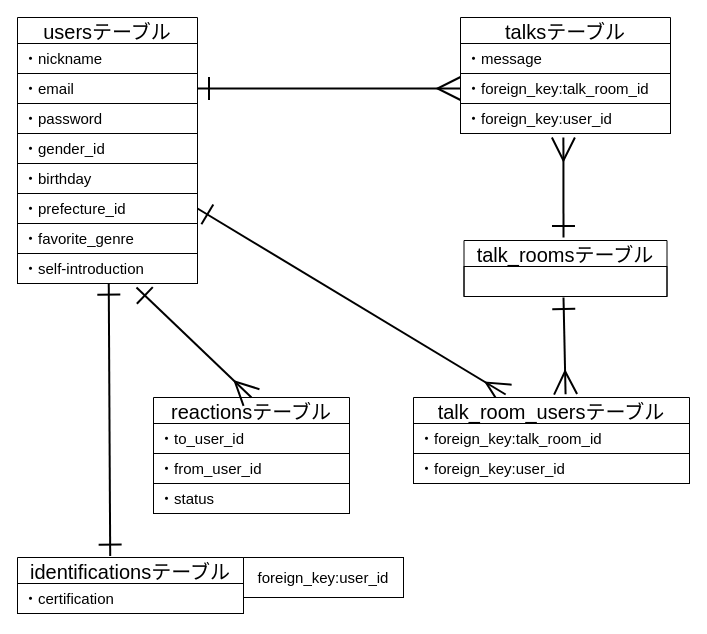
Earlier version of the draw.io diagram page "ER図" (1 of 2) of umaren.dio (suzuka1621/UMAREN1). Source tidied: cells renumbered, new cells numbered last; positions are measured from the earlier drawing's top-left corner, leaving out a move shared by most shapes. Both pictures are drawn from the tidied source at 100%, with x=0, y=0 at pixel (17, 17).
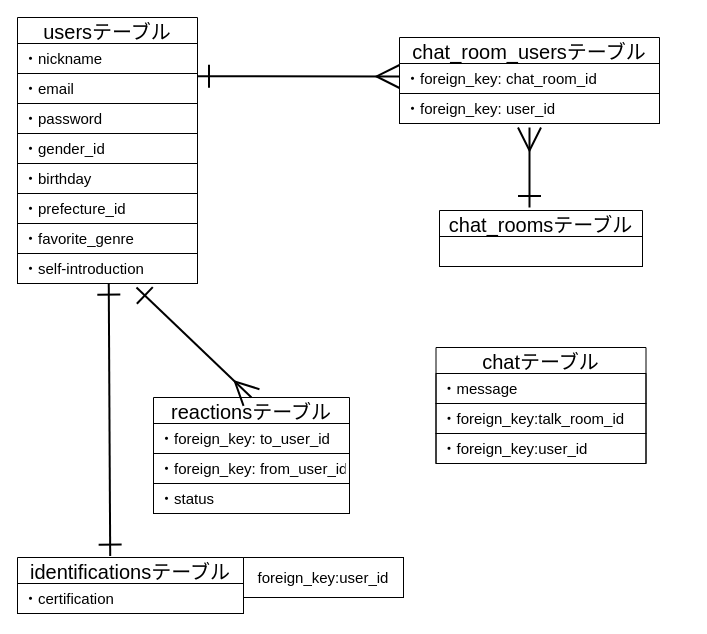
Above is the later version.

The change refers to these unchanged cells:
```xml
<mxCell id="4" value="・email" style="text;strokeColor=default;fillColor=none;spacingLeft=4;spacingRight=4;overflow=hidden;points=[[0,0.5],[1,0.5]];portConstraint=eastwest;fontSize=15;" parent="2" vertex="1">
  <mxGeometry y="56" width="180" height="30" as="geometry" />
</mxCell>
<mxCell id="8" value="・prefecture_id" style="text;strokeColor=default;fillColor=none;spacingLeft=4;spacingRight=4;overflow=hidden;points=[[0,0.5],[1,0.5]];portConstraint=eastwest;fontSize=15;" parent="2" vertex="1">
  <mxGeometry y="176" width="180" height="30" as="geometry" />
</mxCell>
<mxCell id="12" value="・foreign_key:user_id" style="text;strokeColor=default;fillColor=none;spacingLeft=4;spacingRight=4;overflow=hidden;points=[[0,0.5],[1,0.5]];portConstraint=eastwest;fontSize=15;" parent="9" vertex="1">
  <mxGeometry y="86" width="210" height="30" as="geometry" />
</mxCell>
<mxCell id="17" value="reactionsテーブル" style="swimlane;fontStyle=0;horizontal=1;startSize=26;align=center;fontSize=20;" parent="1" vertex="1">
  <mxGeometry x="136" y="380" width="196" height="116" as="geometry" />
</mxCell>
```

What changed in the source:
```diff
@@
-    <mxCell id="9" value="talksテーブル" style="swimlane;fontStyle=0;horizontal=1;startSize=26;align=center;fontSize=20;" parent="1" vertex="1">
-      <mxGeometry x="443" width="210" height="116" as="geometry" />
+    <mxCell id="9" value="chatテーブル" style="swimlane;fontStyle=0;horizontal=1;startSize=26;align=center;fontSize=20;" parent="1" vertex="1">
+      <mxGeometry x="418.5" y="330" width="210" height="116" as="geometry" />
     </mxCell>
@@
-    <mxCell id="16" style="edgeStyle=none;jumpStyle=none;jumpSize=20;html=1;strokeColor=default;strokeWidth=2;fontFamily=Helvetica;fontSize=15;startArrow=ERmany;startFill=0;endArrow=ERone;endFill=0;startSize=20;endSize=20;sourcePerimeterSpacing=20;targetPerimeterSpacing=20;exitX=0;exitY=0.5;exitDx=0;exitDy=0;entryX=1;entryY=0.5;entryDx=0;entryDy=0;" parent="1" edge="1" target="4">
-      <mxGeometry relative="1" as="geometry">
-        <mxPoint x="443" y="71" as="sourcePoint" />
-      </mxGeometry>
-    </mxCell>
@@
-    <mxCell id="18" value="・to_user_id" style="text;strokeColor=default;fillColor=none;spacingLeft=4;spacingRight=4;overflow=hidden;fontSize=15;" parent="17" vertex="1">
+    <mxCell id="18" value="・foreign_key: to_user_id" style="text;strokeColor=default;fillColor=none;spacingLeft=4;spacingRight=4;overflow=hidden;fontSize=15;" parent="17" vertex="1">
       <mxGeometry y="26" width="196" height="30" as="geometry" />
     </mxCell>
-    <mxCell id="19" value="・from_user_id" style="text;strokeColor=default;fillColor=none;spacingLeft=4;spacingRight=4;overflow=hidden;fontSize=15;" parent="17" vertex="1">
+    <mxCell id="19" value="・foreign_key: from_user_id" style="text;strokeColor=default;fillColor=none;spacingLeft=4;spacingRight=4;overflow=hidden;fontSize=15;" parent="17" vertex="1">
       <mxGeometry y="56" width="196" height="30" as="geometry" />
     </mxCell>
@@
-    <mxCell id="24" value="talk_roomsテーブル" style="swimlane;fontStyle=0;horizontal=1;startSize=26;align=center;fontSize=20;" parent="1" vertex="1">
-      <mxGeometry x="446.5" y="223" width="203" height="56" as="geometry" />
+    <mxCell id="24" value="chat_roomsテーブル" style="swimlane;fontStyle=0;horizontal=1;startSize=26;align=center;fontSize=20;" parent="1" vertex="1">
+      <mxGeometry x="422" y="193" width="203" height="56" as="geometry" />
     </mxCell>
@@
-    <mxCell id="26" style="edgeStyle=none;jumpStyle=none;jumpSize=20;html=1;strokeColor=default;strokeWidth=2;fontFamily=Helvetica;fontSize=15;startArrow=ERmany;startFill=0;endArrow=ERone;endFill=0;startSize=20;endSize=20;sourcePerimeterSpacing=20;targetPerimeterSpacing=20;exitX=0.49;exitY=1.133;exitDx=0;exitDy=0;exitPerimeter=0;" parent="1" edge="1" source="12">
-      <mxGeometry relative="1" as="geometry">
-        <mxPoint x="546" y="220" as="targetPoint" />
-      </mxGeometry>
-    </mxCell>
@@
-    <mxCell id="28" style="edgeStyle=none;jumpStyle=none;jumpSize=20;html=1;strokeColor=default;strokeWidth=2;fontFamily=Helvetica;fontSize=15;startArrow=ERmany;startFill=0;endArrow=ERone;endFill=0;startSize=20;endSize=20;targetPerimeterSpacing=20;entryX=1;entryY=0.5;entryDx=0;entryDy=0;exitX=0.334;exitY=-0.035;exitDx=0;exitDy=0;exitPerimeter=0;" parent="1" edge="1" source="29" target="8">
-      <mxGeometry relative="1" as="geometry" />
+    <mxCell id="28" style="edgeStyle=none;jumpStyle=none;jumpSize=20;html=1;strokeColor=default;strokeWidth=2;fontFamily=Helvetica;fontSize=15;startArrow=ERmany;startFill=0;endArrow=ERone;endFill=0;startSize=20;endSize=20;targetPerimeterSpacing=20;entryX=1;entryY=0.093;entryDx=0;entryDy=0;entryPerimeter=0;" parent="1" edge="1" target="4">
+      <mxGeometry relative="1" as="geometry">
+        <mxPoint x="382" y="59" as="sourcePoint" />
+      </mxGeometry>
     </mxCell>
-    <mxCell id="29" value="talk_room_usersテーブル" style="swimlane;fontStyle=0;horizontal=1;startSize=26;align=center;fontSize=20;" parent="1" vertex="1">
-      <mxGeometry x="396" y="380" width="276" height="86" as="geometry" />
+    <mxCell id="29" value="chat_room_usersテーブル" style="swimlane;fontStyle=0;horizontal=1;startSize=26;align=center;fontSize=20;" parent="1" vertex="1">
+      <mxGeometry x="382" y="20" width="260" height="86" as="geometry" />
     </mxCell>
-    <mxCell id="30" value="・foreign_key:talk_room_id" style="text;strokeColor=default;fillColor=none;spacingLeft=4;spacingRight=4;overflow=hidden;fontSize=15;" parent="29" vertex="1">
-      <mxGeometry y="26" width="276" height="30" as="geometry" />
+    <mxCell id="30" value="・foreign_key: chat_room_id" style="text;strokeColor=default;fillColor=none;spacingLeft=4;spacingRight=4;overflow=hidden;fontSize=15;" parent="29" vertex="1">
+      <mxGeometry y="26" width="260" height="30" as="geometry" />
     </mxCell>
-    <mxCell id="31" value="・foreign_key:user_id" style="text;strokeColor=default;fillColor=none;spacingLeft=4;spacingRight=4;overflow=hidden;fontSize=15;" parent="29" vertex="1">
-      <mxGeometry y="56" width="276" height="30" as="geometry" />
+    <mxCell id="31" value="・foreign_key: user_id" style="text;strokeColor=default;fillColor=none;spacingLeft=4;spacingRight=4;overflow=hidden;fontSize=15;" parent="29" vertex="1">
+      <mxGeometry y="56" width="260" height="30" as="geometry" />
     </mxCell>
-    <mxCell id="32" style="edgeStyle=none;jumpStyle=none;jumpSize=20;html=1;strokeColor=default;strokeWidth=2;fontFamily=Helvetica;fontSize=15;startArrow=ERmany;startFill=0;endArrow=ERone;endFill=0;startSize=20;endSize=20;sourcePerimeterSpacing=20;targetPerimeterSpacing=20;exitX=0.551;exitY=-0.037;exitDx=0;exitDy=0;exitPerimeter=0;" parent="1" edge="1" source="29">
-      <mxGeometry relative="1" as="geometry">
-        <mxPoint x="546" y="280" as="targetPoint" />
-      </mxGeometry>
-    </mxCell>
+    <mxCell id="33" style="edgeStyle=none;jumpStyle=none;jumpSize=20;html=1;strokeColor=default;strokeWidth=2;fontFamily=Helvetica;fontSize=15;startArrow=ERmany;startFill=0;endArrow=ERone;endFill=0;startSize=20;endSize=20;sourcePerimeterSpacing=20;targetPerimeterSpacing=20;" parent="1" edge="1">
+      <mxGeometry relative="1" as="geometry">
+        <mxPoint x="512" y="110" as="sourcePoint" />
+        <mxPoint x="512" y="190" as="targetPoint" />
+      </mxGeometry>
+    </mxCell>
```
